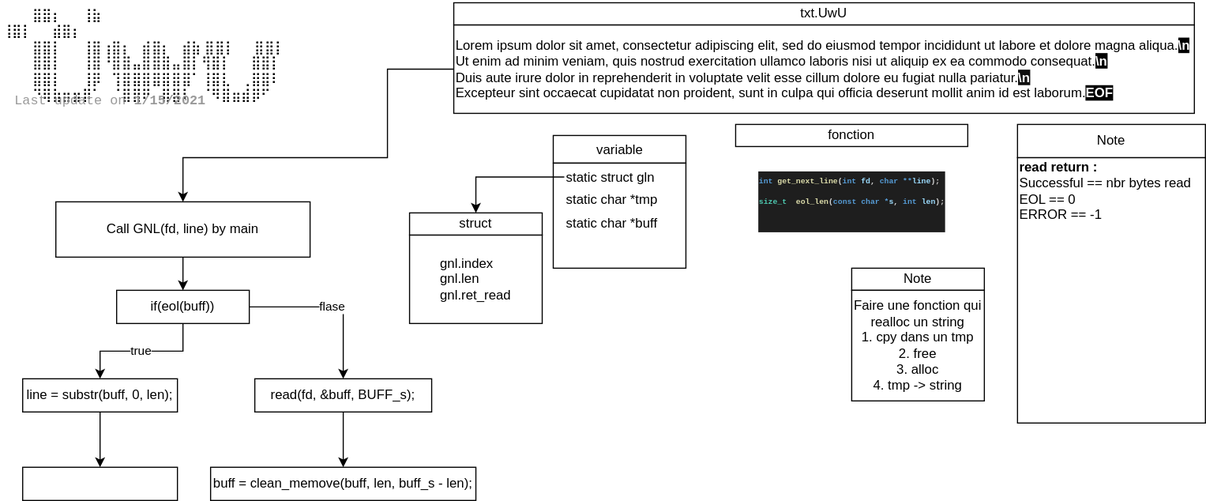
Matthew-Dreemurr/42_get_next_line keeps this draw.io diagram as _src/plan.svg. Above is the earlier version. Source tidied: cells renumbered, new cells last; positions are measured from the earlier drawing's top-left corner, leaving out a move shared by most shapes.
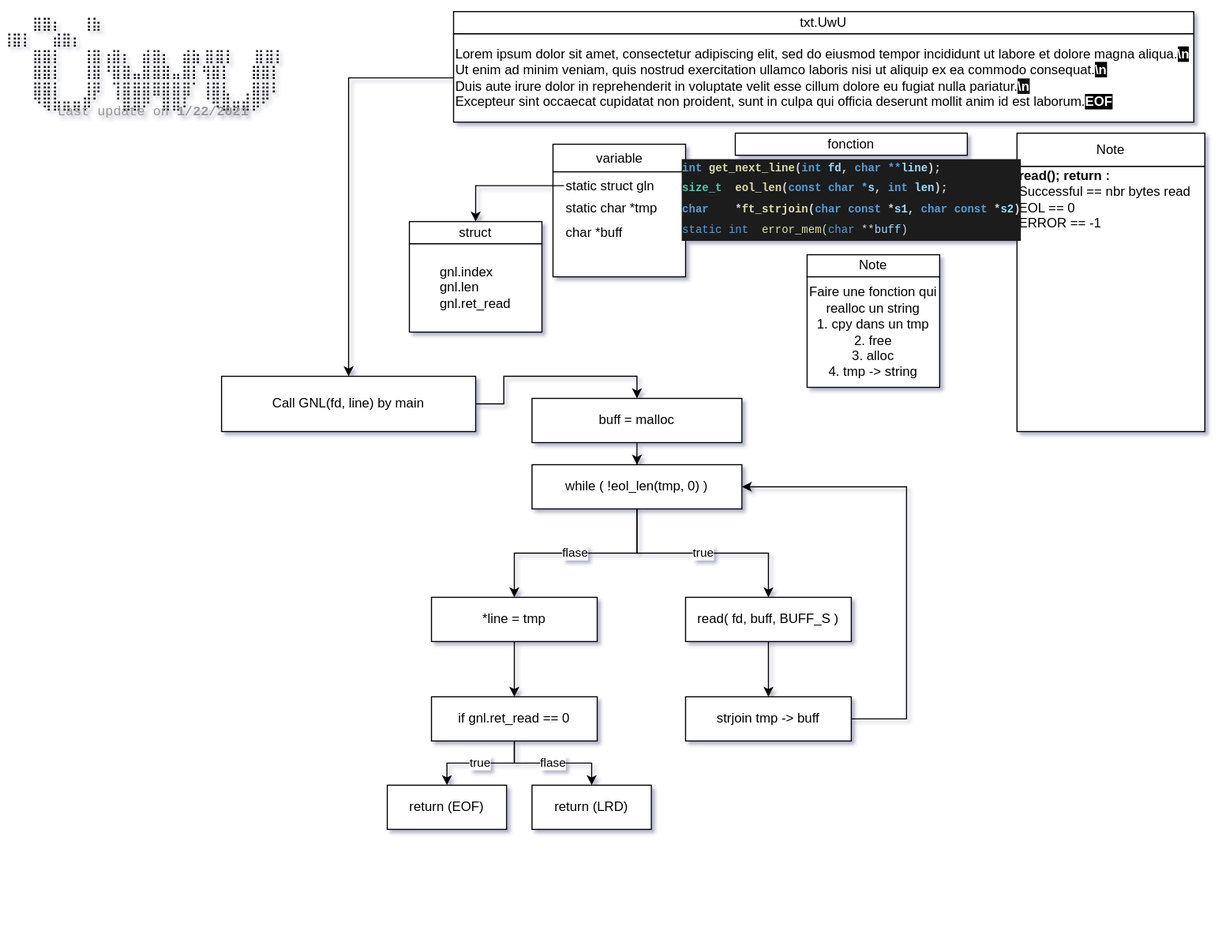
After the change.

Diff of the diagram source:
```diff
@@ -11,11 +11,11 @@
     <mxCell id="4" value="struct" style="rounded=0;whiteSpace=wrap;html=1;" parent="1" vertex="1">
       <mxGeometry x="370" y="192" width="120" height="20" as="geometry" />
     </mxCell>
-    <mxCell id="5" style="edgeStyle=orthogonalEdgeStyle;rounded=0;jettySize=auto;html=1;entryX=0.5;entryY=0;entryDx=0;entryDy=0;" parent="1" edge="1" source="6" target="27">
-      <mxGeometry relative="1" as="geometry" />
-    </mxCell>
+    <mxCell id="28" style="edgeStyle=orthogonalEdgeStyle;rounded=0;jettySize=auto;html=1;entryX=0.5;entryY=0;entryDx=0;entryDy=0;" parent="1" edge="1" source="6" target="35">
+      <mxGeometry relative="1" as="geometry" />
+    </mxCell>
     <mxCell id="6" value="Call GNL(fd, line) by main" style="whiteSpace=wrap;html=1;" parent="1" vertex="1">
-      <mxGeometry x="50" y="182" width="230" height="50" as="geometry" />
+      <mxGeometry x="200" y="332" width="230" height="50" as="geometry" />
     </mxCell>
     <mxCell id="7" style="whiteSpace=wrap;html=1;" parent="1" vertex="1">
       <mxGeometry x="500" y="147" width="120" height="95" as="geometry" />
@@ -32,9 +32,7 @@
     <mxCell id="11" style="edgeStyle=orthogonalEdgeStyle;rounded=0;jettySize=auto;html=1;exitX=0;exitY=0.5;exitDx=0;exitDy=0;entryX=0.5;entryY=0;entryDx=0;entryDy=0;" parent="1" edge="1" source="12" target="6">
       <mxGeometry relative="1" as="geometry">
         <Array as="points">
-          <mxPoint x="350" y="62" />
-          <mxPoint x="350" y="142" />
-          <mxPoint x="165" y="142" />
+          <mxPoint x="315" y="62" />
         </Array>
       </mxGeometry>
     </mxCell>
@@ -50,8 +48,8 @@
     <mxCell id="15" value="&lt;div&gt;&lt;span&gt;⠀⠀⠀⣿⣿⡆⠀⠀⢸⣷⠀⠀⠀⠀⠀⠀⠀⠀⠀⠀⠀ ⢸⣿⡇⠀⠀⣾⣿⡆⠀&lt;/span&gt;&lt;br&gt;&lt;/div&gt;&lt;div&gt;⠀⠀⠀⣿⣿⡇⠀⠀⢸⣿⢰⣿⡆⠀⣾⣿⡆⠀⣾⣷ ⣿⣿⡇⠀⠀⣿⣿⡇⠀&lt;/div&gt;&lt;div&gt;⠀⠀⠀⣿⣿⡇⠀⠀⢸⣿⠘⣿⣿⣤⣿⣿⣿⣤⣿⡇⢻⣿⡇⠀⠀⣿⣿⡇⠀&lt;/div&gt;&lt;div&gt;⠀⠀⠀⣿⣿⡇⠀⠀⢸⡿⠀⢹⣿⣿⣿⣿⣿⣿⣿⠁⢸⣿⣇⠀⢀⣿⣿⠇⠀&lt;/div&gt;&lt;div&gt;⠀⠀⠀⠙⢿⣷⣶⣶⡿⠁⠀⠈⣿⣿⠟⠀⣿⣿⠇⠀⠈⠻⣿⣶⣾⡿⠋⠀⠀&lt;/div&gt;" style="text;whiteSpace=wrap;html=1;" parent="1" vertex="1">
       <mxGeometry width="269" height="102" as="geometry" />
     </mxCell>
-    <mxCell id="16" value="&lt;span id=&quot;docs-internal-guid-1e38e52b-7fff-8f5c-a573-f6f7557a37ae&quot;&gt;&lt;span style=&quot;font-size: 9pt ; font-family: &amp;#34;source code pro&amp;#34; , monospace ; color: rgb(153 , 153 , 153) ; background-color: transparent ; vertical-align: baseline&quot;&gt;Last update on &lt;b&gt;1&lt;/b&gt;&lt;/span&gt;&lt;span style=&quot;font-size: 9pt ; font-family: &amp;#34;source code pro&amp;#34; , monospace ; color: rgb(153 , 153 , 153) ; background-color: transparent ; font-weight: 700 ; vertical-align: baseline&quot;&gt;/15/2021&lt;/span&gt;&lt;/span&gt;" style="text;html=1;align=left;verticalAlign=middle;" parent="1" vertex="1">
-      <mxGeometry x="11" y="80" width="170" height="20" as="geometry" />
+    <mxCell id="16" value="&lt;span id=&quot;docs-internal-guid-1e38e52b-7fff-8f5c-a573-f6f7557a37ae&quot;&gt;&lt;span style=&quot;font-size: 9pt ; font-family: &amp;#34;source code pro&amp;#34; , monospace ; color: rgb(153 , 153 , 153) ; background-color: transparent ; vertical-align: baseline&quot;&gt;Last update on &lt;b&gt;1&lt;/b&gt;&lt;/span&gt;&lt;span style=&quot;font-size: 9pt ; font-family: &amp;#34;source code pro&amp;#34; , monospace ; color: rgb(153 , 153 , 153) ; background-color: transparent ; font-weight: 700 ; vertical-align: baseline&quot;&gt;/22/2021&lt;/span&gt;&lt;/span&gt;" style="text;html=1;align=left;verticalAlign=middle;" parent="1" vertex="1">
+      <mxGeometry x="49.5" y="82" width="170" height="20" as="geometry" />
     </mxCell>
     <mxCell id="17" style="whiteSpace=wrap;html=1;" parent="1" vertex="1">
       <mxGeometry x="920" y="142" width="170" height="240" as="geometry" />
@@ -59,50 +57,76 @@
     <mxCell id="18" value="Note" style="whiteSpace=wrap;html=1;" parent="1" vertex="1">
       <mxGeometry x="920" y="112" width="170" height="30" as="geometry" />
     </mxCell>
-    <mxCell id="19" value="&lt;div&gt;&lt;b&gt;read return :&lt;/b&gt;&lt;/div&gt;&lt;div&gt;Successful == nbr bytes read&lt;/div&gt;&lt;div&gt;EOL == 0&lt;/div&gt;&lt;div&gt;ERROR == -1&lt;/div&gt;" style="text;html=1;align=left;verticalAlign=middle;" parent="1" vertex="1">
+    <mxCell id="19" value="&lt;div&gt;&lt;b&gt;read(); return :&lt;/b&gt;&lt;/div&gt;&lt;div&gt;Successful == nbr bytes read&lt;/div&gt;&lt;div&gt;EOL == 0&lt;/div&gt;&lt;div&gt;ERROR == -1&lt;/div&gt;" style="text;html=1;align=left;verticalAlign=middle;" parent="1" vertex="1">
       <mxGeometry x="920" y="142" width="170" height="60" as="geometry" />
     </mxCell>
     <mxCell id="20" value="fonction" style="whiteSpace=wrap;html=1;" parent="1" vertex="1">
       <mxGeometry x="665" y="112" width="210" height="20" as="geometry" />
     </mxCell>
-    <mxCell id="21" value="&lt;div style=&quot;font-family: &amp;#34;menlo&amp;#34; , &amp;#34;monaco&amp;#34; , &amp;#34;courier new&amp;#34; , monospace ; text-align: left ; font-size: 7px&quot;&gt;&lt;div style=&quot;color: rgb(212 , 212 , 212) ; background-color: rgb(30 , 30 , 30) ; font-family: &amp;#34;menlo&amp;#34; , &amp;#34;monaco&amp;#34; , &amp;#34;courier new&amp;#34; , monospace ; line-height: 18px&quot;&gt;&lt;div&gt;&lt;b&gt;&lt;span style=&quot;color: #569cd6&quot;&gt;int&lt;/span&gt; &lt;span style=&quot;color: #dcdcaa&quot;&gt;get_next_line&lt;/span&gt;(&lt;span style=&quot;color: #569cd6&quot;&gt;int&lt;/span&gt; &lt;span style=&quot;color: #9cdcfe&quot;&gt;fd&lt;/span&gt;, &lt;span style=&quot;color: #569cd6&quot;&gt;char&lt;/span&gt; &lt;span style=&quot;color: #569cd6&quot;&gt;**&lt;/span&gt;&lt;span style=&quot;color: #9cdcfe&quot;&gt;line&lt;/span&gt;);&lt;/b&gt;&lt;/div&gt;&lt;div&gt;&lt;b style=&quot;font-family: &amp;#34;consolas&amp;#34; , &amp;#34;courier new&amp;#34; , monospace&quot;&gt;&lt;span style=&quot;color: #4ec9b0&quot;&gt;size_t&lt;/span&gt;&amp;nbsp;&amp;nbsp;&lt;span style=&quot;color: #dcdcaa&quot;&gt;eol_len&lt;/span&gt;(&lt;span style=&quot;color: #569cd6&quot;&gt;const&lt;/span&gt;&amp;nbsp;&lt;span style=&quot;color: #569cd6&quot;&gt;char&lt;/span&gt;&amp;nbsp;&lt;span style=&quot;color: #569cd6&quot;&gt;*&lt;/span&gt;&lt;span style=&quot;color: #9cdcfe&quot;&gt;s&lt;/span&gt;,&amp;nbsp;&lt;span style=&quot;color: #569cd6&quot;&gt;int&lt;/span&gt;&amp;nbsp;&lt;span style=&quot;color: #9cdcfe&quot;&gt;len&lt;/span&gt;);&lt;/b&gt;&lt;br&gt;&lt;/div&gt;&lt;div style=&quot;font-family: &amp;#34;consolas&amp;#34; , &amp;#34;courier new&amp;#34; , monospace ; line-height: 19px&quot;&gt;&lt;div&gt;&lt;b&gt;&lt;span style=&quot;color: #4ec9b0&quot;&gt;&lt;/span&gt;&lt;/b&gt;&lt;/div&gt;&lt;/div&gt;&lt;div style=&quot;font-family: &amp;#34;consolas&amp;#34; , &amp;#34;courier new&amp;#34; , monospace ; line-height: 19px&quot;&gt;&lt;div&gt;&lt;br&gt;&lt;/div&gt;&lt;/div&gt;&lt;div&gt;&lt;div style=&quot;font-family: &amp;#34;consolas&amp;#34; , &amp;#34;courier new&amp;#34; , monospace ; line-height: 19px&quot;&gt;&lt;div&gt;&lt;/div&gt;&lt;/div&gt;&lt;/div&gt;&lt;/div&gt;&lt;/div&gt;" style="text;html=1;align=center;verticalAlign=middle;" parent="1" vertex="1">
-      <mxGeometry x="680" y="152" width="180" height="60" as="geometry" />
+    <mxCell id="21" value="&lt;div style=&quot;font-family: &amp;#34;menlo&amp;#34; , &amp;#34;monaco&amp;#34; , &amp;#34;courier new&amp;#34; , monospace ; text-align: left ; font-size: 10px&quot;&gt;&lt;div style=&quot;color: rgb(212 , 212 , 212) ; background-color: rgb(30 , 30 , 30) ; font-family: &amp;#34;menlo&amp;#34; , &amp;#34;monaco&amp;#34; , &amp;#34;courier new&amp;#34; , monospace ; line-height: 18px&quot;&gt;&lt;div&gt;&lt;b&gt;&lt;span style=&quot;color: rgb(86 , 156 , 214)&quot;&gt;int&lt;/span&gt; &lt;span style=&quot;color: rgb(220 , 220 , 170)&quot;&gt;get_next_line&lt;/span&gt;(&lt;span style=&quot;color: rgb(86 , 156 , 214)&quot;&gt;int&lt;/span&gt; &lt;span style=&quot;color: rgb(156 , 220 , 254)&quot;&gt;fd&lt;/span&gt;, &lt;span style=&quot;color: rgb(86 , 156 , 214)&quot;&gt;char&lt;/span&gt; &lt;span style=&quot;color: rgb(86 , 156 , 214)&quot;&gt;**&lt;/span&gt;&lt;span style=&quot;color: rgb(156 , 220 , 254)&quot;&gt;line&lt;/span&gt;);&lt;/b&gt;&lt;/div&gt;&lt;div&gt;&lt;b&gt;&lt;span style=&quot;font-family: &amp;#34;consolas&amp;#34; , &amp;#34;courier new&amp;#34; , monospace&quot;&gt;&lt;span style=&quot;color: #4ec9b0&quot;&gt;size_t&lt;/span&gt;&amp;nbsp;&amp;nbsp;&lt;span style=&quot;color: #dcdcaa&quot;&gt;eol_len&lt;/span&gt;(&lt;span style=&quot;color: #569cd6&quot;&gt;const&lt;/span&gt;&amp;nbsp;&lt;span style=&quot;color: #569cd6&quot;&gt;char&lt;/span&gt;&amp;nbsp;&lt;span style=&quot;color: #569cd6&quot;&gt;*&lt;/span&gt;&lt;span style=&quot;color: #9cdcfe&quot;&gt;s&lt;/span&gt;,&amp;nbsp;&lt;span style=&quot;color: #569cd6&quot;&gt;int&lt;/span&gt;&amp;nbsp;&lt;span style=&quot;color: #9cdcfe&quot;&gt;len&lt;/span&gt;);&lt;/span&gt;&lt;br&gt;&lt;/b&gt;&lt;/div&gt;&lt;div style=&quot;font-family: &amp;#34;consolas&amp;#34; , &amp;#34;courier new&amp;#34; , monospace ; line-height: 19px&quot;&gt;&lt;div&gt;&lt;b&gt;&lt;span style=&quot;color: #4ec9b0&quot;&gt;&lt;/span&gt;&lt;/b&gt;&lt;/div&gt;&lt;/div&gt;&lt;div style=&quot;font-family: &amp;#34;consolas&amp;#34; , &amp;#34;courier new&amp;#34; , monospace ; line-height: 19px&quot;&gt;&lt;div&gt;&lt;div style=&quot;font-family: &amp;#34;consolas&amp;#34; , &amp;#34;courier new&amp;#34; , monospace ; line-height: 19px&quot;&gt;&lt;font style=&quot;font-size: 10px&quot;&gt;&lt;b&gt;&lt;span style=&quot;color: rgb(86 , 156 , 214)&quot;&gt;char&lt;/span&gt;&amp;nbsp;&amp;nbsp;&amp;nbsp;&amp;nbsp;*&lt;span style=&quot;color: rgb(220 , 220 , 170)&quot;&gt;ft_strjoin&lt;/span&gt;(&lt;span style=&quot;color: rgb(86 , 156 , 214)&quot;&gt;char&lt;/span&gt;&amp;nbsp;&lt;span style=&quot;color: rgb(86 , 156 , 214)&quot;&gt;const&lt;/span&gt;&amp;nbsp;*&lt;span style=&quot;color: rgb(156 , 220 , 254)&quot;&gt;s1&lt;/span&gt;,&amp;nbsp;&lt;span style=&quot;color: rgb(86 , 156 , 214)&quot;&gt;char&lt;/span&gt;&amp;nbsp;&lt;span style=&quot;color: rgb(86 , 156 , 214)&quot;&gt;const&lt;/span&gt;&amp;nbsp;*&lt;span style=&quot;color: rgb(156 , 220 , 254)&quot;&gt;s2&lt;/span&gt;)&lt;/b&gt;&lt;/font&gt;&lt;/div&gt;&lt;/div&gt;&lt;div style=&quot;font-family: &amp;#34;consolas&amp;#34; , &amp;#34;courier new&amp;#34; , monospace ; line-height: 19px&quot;&gt;&lt;font style=&quot;font-size: 10px&quot;&gt;&lt;div style=&quot;font-family: &amp;#34;consolas&amp;#34; , &amp;#34;courier new&amp;#34; , monospace ; line-height: 19px&quot;&gt;&lt;div&gt;&lt;span style=&quot;color: #569cd6&quot;&gt;static&lt;/span&gt;&amp;nbsp;&lt;span style=&quot;color: #569cd6&quot;&gt;int&lt;/span&gt;&amp;nbsp;&amp;nbsp;&lt;span style=&quot;color: #dcdcaa&quot;&gt;error_mem&lt;/span&gt;(&lt;span style=&quot;color: #569cd6&quot;&gt;char&lt;/span&gt;&amp;nbsp;**&lt;span style=&quot;color: #9cdcfe&quot;&gt;buff&lt;/span&gt;)&lt;/div&gt;&lt;div&gt;&lt;/div&gt;&lt;/div&gt;&lt;/font&gt;&lt;/div&gt;&lt;/div&gt;&lt;div style=&quot;font-size: 7px&quot;&gt;&lt;div style=&quot;font-family: &amp;#34;consolas&amp;#34; , &amp;#34;courier new&amp;#34; , monospace ; line-height: 19px&quot;&gt;&lt;div&gt;&lt;/div&gt;&lt;/div&gt;&lt;/div&gt;&lt;/div&gt;&lt;/div&gt;" style="text;html=1;align=center;verticalAlign=middle;" parent="1" vertex="1">
+      <mxGeometry x="620" y="132" width="300" height="80" as="geometry" />
     </mxCell>
-    <mxCell id="22" value="static char *buff" style="text;html=1;align=left;verticalAlign=middle;" parent="1" vertex="1">
-      <mxGeometry x="510" y="192" width="100" height="20" as="geometry" />
+    <mxCell id="22" value="char *buff" style="text;html=1;align=left;verticalAlign=middle;" parent="1" vertex="1">
+      <mxGeometry x="510" y="192" width="70" height="20" as="geometry" />
     </mxCell>
     <mxCell id="23" value="Note" style="whiteSpace=wrap;html=1;" parent="1" vertex="1">
-      <mxGeometry x="770" y="242" width="120" height="20" as="geometry" />
+      <mxGeometry x="730" y="222" width="120" height="20" as="geometry" />
     </mxCell>
     <mxCell id="24" value="Faire une fonction qui realloc un string&lt;br&gt;1. cpy dans un tmp&lt;br&gt;2. free&lt;br&gt;3. alloc&lt;br&gt;4. tmp -&amp;gt; string&lt;br&gt;" style="whiteSpace=wrap;html=1;" parent="1" vertex="1">
-      <mxGeometry x="770" y="262" width="120" height="100" as="geometry" />
+      <mxGeometry x="730" y="242" width="120" height="100" as="geometry" />
     </mxCell>
-    <mxCell id="25" value="true&lt;br&gt;" style="edgeStyle=orthogonalEdgeStyle;rounded=0;jettySize=auto;html=1;" parent="1" edge="1" source="27" target="31">
-      <mxGeometry relative="1" as="geometry" />
-    </mxCell>
-    <mxCell id="26" value="flase&lt;br&gt;" style="edgeStyle=orthogonalEdgeStyle;rounded=0;jettySize=auto;html=1;" parent="1" edge="1" source="27" target="29">
-      <mxGeometry relative="1" as="geometry" />
-    </mxCell>
-    <mxCell id="27" value="if(eol(buff))" style="whiteSpace=wrap;html=1;" parent="1" vertex="1">
-      <mxGeometry x="105" y="262" width="120" height="30" as="geometry" />
-    </mxCell>
-    <mxCell id="28" style="edgeStyle=orthogonalEdgeStyle;rounded=0;jettySize=auto;html=1;entryX=0.5;entryY=0;entryDx=0;entryDy=0;" parent="1" edge="1" source="29" target="33">
-      <mxGeometry relative="1" as="geometry" />
-    </mxCell>
-    <mxCell id="29" value="read(fd, &amp;amp;buff, BUFF_s);" style="whiteSpace=wrap;html=1;" parent="1" vertex="1">
-      <mxGeometry x="230" y="342" width="160" height="30" as="geometry" />
-    </mxCell>
-    <mxCell id="30" style="edgeStyle=orthogonalEdgeStyle;rounded=0;jettySize=auto;html=1;entryX=0.5;entryY=0;entryDx=0;entryDy=0;" parent="1" edge="1" source="31" target="32">
-      <mxGeometry relative="1" as="geometry" />
-    </mxCell>
-    <mxCell id="31" value="line = substr(buff, 0, len);" style="whiteSpace=wrap;html=1;" parent="1" vertex="1">
-      <mxGeometry x="20" y="342" width="140" height="30" as="geometry" />
-    </mxCell>
-    <mxCell id="32" style="whiteSpace=wrap;html=1;" parent="1" vertex="1">
-      <mxGeometry x="20" y="422" width="140" height="30" as="geometry" />
-    </mxCell>
-    <mxCell id="33" value="buff = clean_memove(buff, len, buff_s - len);" style="whiteSpace=wrap;html=1;" parent="1" vertex="1">
-      <mxGeometry x="190" y="422" width="240" height="30" as="geometry" />
-    </mxCell>
+    <mxCell id="34" style="edgeStyle=orthogonalEdgeStyle;rounded=0;jettySize=auto;html=1;entryX=0.5;entryY=0;entryDx=0;entryDy=0;" parent="1" edge="1" source="35" target="38">
+      <mxGeometry relative="1" as="geometry" />
+    </mxCell>
+    <mxCell id="35" value="buff = malloc" style="whiteSpace=wrap;html=1;" parent="1" vertex="1">
+      <mxGeometry x="481" y="352" width="190" height="40" as="geometry" />
+    </mxCell>
+    <mxCell id="36" value="flase" style="edgeStyle=orthogonalEdgeStyle;rounded=0;jettySize=auto;html=1;entryX=0.5;entryY=0;entryDx=0;entryDy=0;" parent="1" edge="1" source="38" target="40">
+      <mxGeometry relative="1" as="geometry" />
+    </mxCell>
+    <mxCell id="37" value="true" style="edgeStyle=orthogonalEdgeStyle;rounded=0;jettySize=auto;html=1;" parent="1" edge="1" source="38" target="47">
+      <mxGeometry relative="1" as="geometry" />
+    </mxCell>
+    <mxCell id="38" value="while ( !eol_len(tmp, 0) )" style="whiteSpace=wrap;html=1;" parent="1" vertex="1">
+      <mxGeometry x="481" y="412" width="190" height="40" as="geometry" />
+    </mxCell>
+    <mxCell id="39" style="edgeStyle=orthogonalEdgeStyle;rounded=0;jettySize=auto;html=1;entryX=0.5;entryY=0;entryDx=0;entryDy=0;" parent="1" edge="1" source="40" target="43">
+      <mxGeometry relative="1" as="geometry" />
+    </mxCell>
+    <mxCell id="40" value="*line = tmp" style="whiteSpace=wrap;html=1;" parent="1" vertex="1">
+      <mxGeometry x="390" y="532" width="150" height="40" as="geometry" />
+    </mxCell>
+    <mxCell id="41" value="true" style="edgeStyle=orthogonalEdgeStyle;rounded=0;jettySize=auto;html=1;exitX=0.5;exitY=1;exitDx=0;exitDy=0;entryX=0.5;entryY=0;entryDx=0;entryDy=0;" parent="1" edge="1" source="43" target="44">
+      <mxGeometry relative="1" as="geometry" />
+    </mxCell>
+    <mxCell id="42" value="flase" style="edgeStyle=orthogonalEdgeStyle;rounded=0;jettySize=auto;html=1;" parent="1" edge="1" source="43" target="45">
+      <mxGeometry relative="1" as="geometry" />
+    </mxCell>
+    <mxCell id="43" value="if gnl.ret_read == 0" style="whiteSpace=wrap;html=1;" parent="1" vertex="1">
+      <mxGeometry x="390" y="622" width="150" height="40" as="geometry" />
+    </mxCell>
+    <mxCell id="44" value="return (EOF)" style="whiteSpace=wrap;html=1;" parent="1" vertex="1">
+      <mxGeometry x="350" y="702" width="108" height="40" as="geometry" />
+    </mxCell>
+    <mxCell id="45" value="return (LRD)" style="whiteSpace=wrap;html=1;" parent="1" vertex="1">
+      <mxGeometry x="481" y="702" width="108" height="40" as="geometry" />
+    </mxCell>
+    <mxCell id="46" style="edgeStyle=orthogonalEdgeStyle;rounded=0;jettySize=auto;html=1;entryX=0.5;entryY=0;entryDx=0;entryDy=0;" parent="1" edge="1" source="47" target="49">
+      <mxGeometry relative="1" as="geometry" />
+    </mxCell>
+    <mxCell id="47" value="read( fd, buff, BUFF_S )" style="whiteSpace=wrap;html=1;" parent="1" vertex="1">
+      <mxGeometry x="620" y="532" width="150" height="40" as="geometry" />
+    </mxCell>
+    <mxCell id="48" style="edgeStyle=orthogonalEdgeStyle;rounded=0;jettySize=auto;html=1;entryX=1;entryY=0.5;entryDx=0;entryDy=0;" parent="1" edge="1" source="49" target="38">
+      <mxGeometry relative="1" as="geometry">
+        <Array as="points">
+          <mxPoint x="820" y="642" />
+          <mxPoint x="820" y="432" />
+        </Array>
+      </mxGeometry>
+    </mxCell>
+    <mxCell id="49" value="strjoin tmp -&amp;gt; buff" style="whiteSpace=wrap;html=1;" parent="1" vertex="1">
+      <mxGeometry x="620" y="622" width="150" height="40" as="geometry" />
+    </mxCell>
   </root>
 </mxGraphModel>
```
